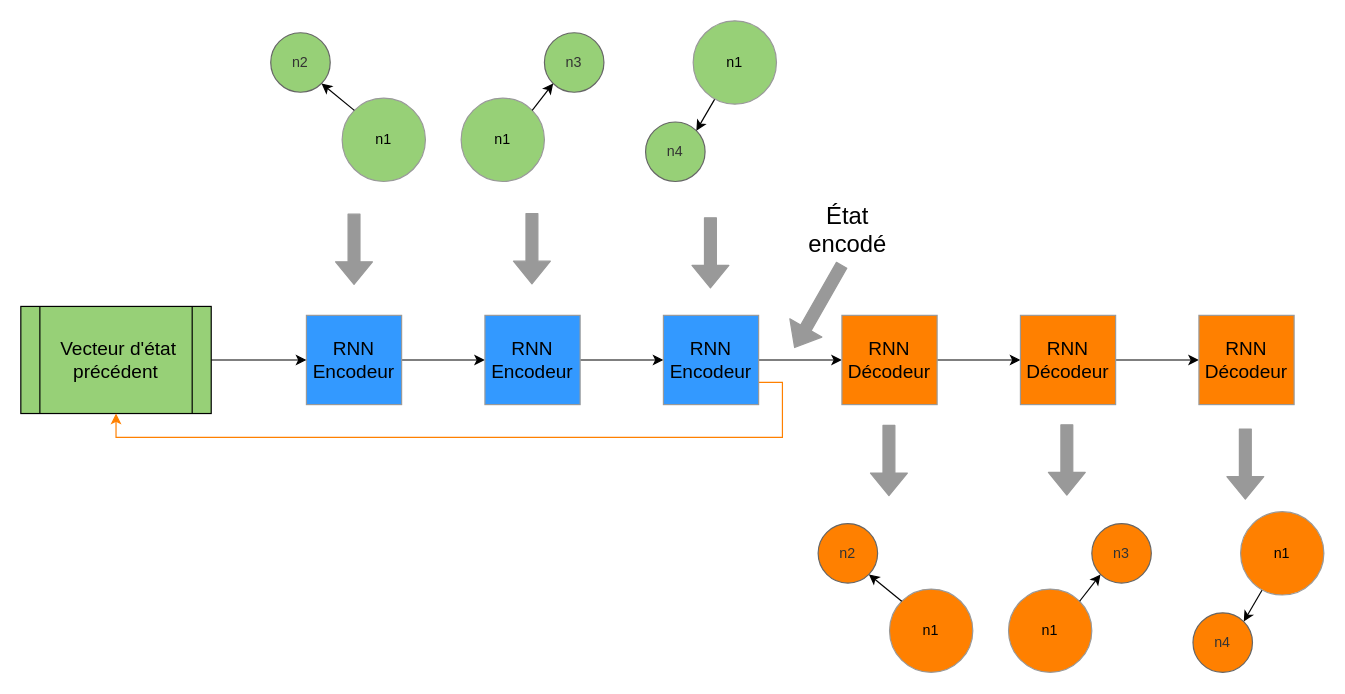
Before: images/Conception/DM/encoder_seq_train.drawio in Wissben/Master-Thesis, a draw.io diagram. Source tidied: cells renumbered, new cells numbered last; positions are measured from the earlier drawing's top-left corner, leaving out a move shared by most shapes. Both pictures are drawn from the tidied source at 119%, with x=0, y=0 at pixel (20, 20).
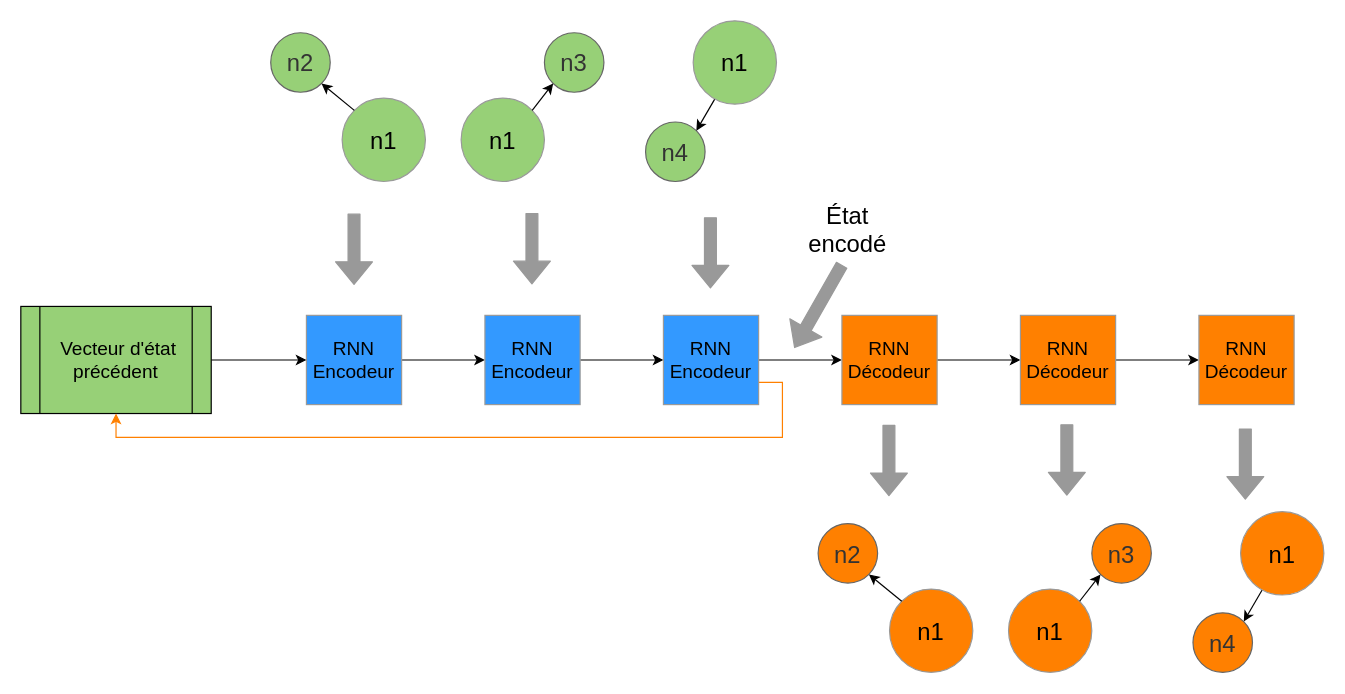
Above is the later version.

The edit, as a diff of the source:
```diff
@@
-    <mxCell id="11" value="n2" style="ellipse;whiteSpace=wrap;html=1;strokeColor=#666666;fillColor=#97D077;fontColor=#333333;" parent="1" vertex="1">
+    <mxCell id="11" value="&lt;font style=&quot;font-size: 20px&quot;&gt;n2&lt;/font&gt;" style="ellipse;whiteSpace=wrap;html=1;strokeColor=#666666;fillColor=#97D077;fontColor=#333333;" parent="1" vertex="1">
       <mxGeometry x="210" y="10" width="50" height="50" as="geometry" />
     </mxCell>
-    <mxCell id="12" value="n1" style="ellipse;whiteSpace=wrap;html=1;strokeColor=#999999;fillColor=#97D077;" parent="1" vertex="1">
+    <mxCell id="12" value="&lt;font style=&quot;font-size: 20px&quot;&gt;n1&lt;/font&gt;" style="ellipse;whiteSpace=wrap;html=1;strokeColor=#999999;fillColor=#97D077;" parent="1" vertex="1">
       <mxGeometry x="270" y="65" width="70" height="70" as="geometry" />
     </mxCell>
@@
-    <mxCell id="14" value="n1" style="ellipse;whiteSpace=wrap;html=1;strokeColor=#999999;fillColor=#97D077;" parent="1" vertex="1">
+    <mxCell id="14" value="&lt;font style=&quot;font-size: 20px&quot;&gt;n1&lt;/font&gt;" style="ellipse;whiteSpace=wrap;html=1;strokeColor=#999999;fillColor=#97D077;" parent="1" vertex="1">
       <mxGeometry x="370" y="65" width="70" height="70" as="geometry" />
     </mxCell>
-    <mxCell id="15" value="n3" style="ellipse;whiteSpace=wrap;html=1;strokeColor=#666666;fillColor=#97D077;fontColor=#333333;" parent="1" vertex="1">
+    <mxCell id="15" value="&lt;font style=&quot;font-size: 20px&quot;&gt;n3&lt;/font&gt;" style="ellipse;whiteSpace=wrap;html=1;strokeColor=#666666;fillColor=#97D077;fontColor=#333333;" parent="1" vertex="1">
       <mxGeometry x="440" y="10" width="50" height="50" as="geometry" />
     </mxCell>
@@
-    <mxCell id="17" value="n1" style="ellipse;whiteSpace=wrap;html=1;strokeColor=#999999;fillColor=#97D077;" parent="1" vertex="1">
+    <mxCell id="17" value="&lt;font style=&quot;font-size: 20px&quot;&gt;n1&lt;/font&gt;" style="ellipse;whiteSpace=wrap;html=1;strokeColor=#999999;fillColor=#97D077;" parent="1" vertex="1">
       <mxGeometry x="565" width="70" height="70" as="geometry" />
     </mxCell>
-    <mxCell id="18" value="n4" style="ellipse;whiteSpace=wrap;html=1;strokeColor=#666666;fillColor=#97D077;fontColor=#333333;" parent="1" vertex="1">
+    <mxCell id="18" value="&lt;font style=&quot;font-size: 20px&quot;&gt;n4&lt;/font&gt;" style="ellipse;whiteSpace=wrap;html=1;strokeColor=#666666;fillColor=#97D077;fontColor=#333333;" parent="1" vertex="1">
       <mxGeometry x="525" y="85" width="50" height="50" as="geometry" />
     </mxCell>
@@
-    <mxCell id="28" value="n2" style="ellipse;whiteSpace=wrap;html=1;strokeColor=#666666;fillColor=#FF8000;fontColor=#333333;" parent="1" vertex="1">
+    <mxCell id="28" value="&lt;font style=&quot;font-size: 20px&quot;&gt;n2&lt;/font&gt;" style="ellipse;whiteSpace=wrap;html=1;strokeColor=#666666;fillColor=#FF8000;fontColor=#333333;" parent="1" vertex="1">
       <mxGeometry x="670" y="422.5" width="50" height="50" as="geometry" />
     </mxCell>
-    <mxCell id="29" value="n1" style="ellipse;whiteSpace=wrap;html=1;strokeColor=#999999;fillColor=#FF8000;" parent="1" vertex="1">
+    <mxCell id="29" value="&lt;font style=&quot;font-size: 20px&quot;&gt;n1&lt;/font&gt;" style="ellipse;whiteSpace=wrap;html=1;strokeColor=#999999;fillColor=#FF8000;" parent="1" vertex="1">
       <mxGeometry x="730" y="477.5" width="70" height="70" as="geometry" />
     </mxCell>
@@
-    <mxCell id="31" value="n1" style="ellipse;whiteSpace=wrap;html=1;strokeColor=#999999;fillColor=#FF8000;" parent="1" vertex="1">
+    <mxCell id="31" value="&lt;font style=&quot;font-size: 20px&quot;&gt;n1&lt;/font&gt;" style="ellipse;whiteSpace=wrap;html=1;strokeColor=#999999;fillColor=#FF8000;" parent="1" vertex="1">
       <mxGeometry x="830" y="477.5" width="70" height="70" as="geometry" />
     </mxCell>
-    <mxCell id="32" value="n3" style="ellipse;whiteSpace=wrap;html=1;strokeColor=#666666;fillColor=#FF8000;fontColor=#333333;" parent="1" vertex="1">
+    <mxCell id="32" value="&lt;font style=&quot;font-size: 20px&quot;&gt;n3&lt;/font&gt;" style="ellipse;whiteSpace=wrap;html=1;strokeColor=#666666;fillColor=#FF8000;fontColor=#333333;" parent="1" vertex="1">
       <mxGeometry x="900" y="422.5" width="50" height="50" as="geometry" />
     </mxCell>
@@
-    <mxCell id="34" value="n1" style="ellipse;whiteSpace=wrap;html=1;strokeColor=#999999;fillColor=#FF8000;" parent="1" vertex="1">
+    <mxCell id="34" value="&lt;font style=&quot;font-size: 20px&quot;&gt;n1&lt;/font&gt;" style="ellipse;whiteSpace=wrap;html=1;strokeColor=#999999;fillColor=#FF8000;" parent="1" vertex="1">
       <mxGeometry x="1025" y="412.5" width="70" height="70" as="geometry" />
     </mxCell>
-    <mxCell id="35" value="n4" style="ellipse;whiteSpace=wrap;html=1;strokeColor=#666666;fillColor=#FF8000;fontColor=#333333;" parent="1" vertex="1">
+    <mxCell id="35" value="&lt;font style=&quot;font-size: 20px&quot;&gt;n4&lt;/font&gt;" style="ellipse;whiteSpace=wrap;html=1;strokeColor=#666666;fillColor=#FF8000;fontColor=#333333;" parent="1" vertex="1">
       <mxGeometry x="985" y="497.5" width="50" height="50" as="geometry" />
     </mxCell>
```
